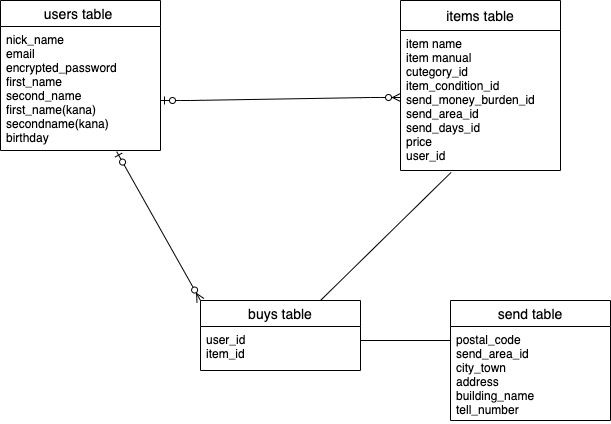
Earlier version of the draw.io export furima.drawio.png (oguken/furima-33845). Source tidied: cells renumbered, new cells last; positions are measured from the earlier drawing's top-left corner, leaving out a move shared by most shapes.
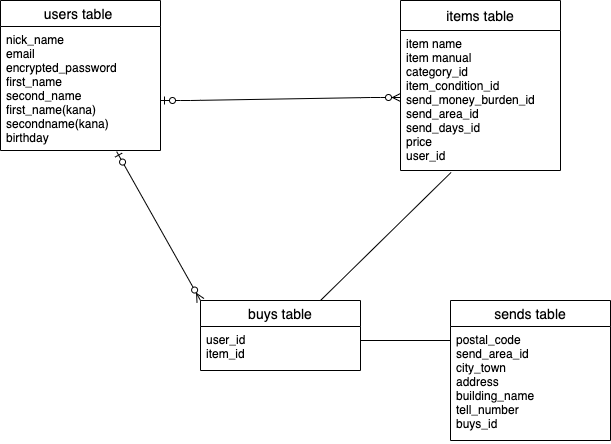
The same diagram one commit later.

Commit message:
データベース設計6

Diff of the diagram source:
```diff
@@ -11,14 +11,14 @@
     <mxCell id="4" value="items table" style="swimlane;fontStyle=0;horizontal=1;startSize=30;align=center;fontSize=14;" parent="1" vertex="1">
       <mxGeometry x="400" width="160" height="170" as="geometry" />
     </mxCell>
-    <mxCell id="5" value="item name&#10;item manual&#10;cutegory_id&#10;item_condition_id&#10;send_money_burden_id&#10;send_area_id&#10;send_days_id&#10;price&#10;user_id&#10;&#10;&#10; &#10;&#10;&#10;" style="text;strokeColor=none;fillColor=none;spacingLeft=4;spacingRight=4;overflow=hidden;points=[[0,0.5],[1,0.5]];portConstraint=eastwest;fontSize=12;" parent="4" vertex="1">
+    <mxCell id="5" value="item name&#10;item manual&#10;category_id&#10;item_condition_id&#10;send_money_burden_id&#10;send_area_id&#10;send_days_id&#10;price&#10;user_id&#10;&#10;&#10; &#10;&#10;&#10;" style="text;strokeColor=none;fillColor=none;spacingLeft=4;spacingRight=4;overflow=hidden;points=[[0,0.5],[1,0.5]];portConstraint=eastwest;fontSize=12;" parent="4" vertex="1">
       <mxGeometry y="30" width="160" height="140" as="geometry" />
     </mxCell>
-    <mxCell id="6" value="send table" style="swimlane;fontStyle=0;horizontal=1;startSize=26;align=center;fontSize=14;" parent="1" vertex="1">
-      <mxGeometry x="450" y="300" width="160" height="120" as="geometry" />
+    <mxCell id="6" value="sends table" style="swimlane;fontStyle=0;horizontal=1;startSize=26;align=center;fontSize=14;" parent="1" vertex="1">
+      <mxGeometry x="450" y="300" width="160" height="140" as="geometry" />
     </mxCell>
-    <mxCell id="7" value="postal_code&#10;send_area_id&#10;city_town&#10;address&#10;building_name&#10;tell_number&#10;" style="text;strokeColor=none;fillColor=none;spacingLeft=4;spacingRight=4;overflow=hidden;fontSize=12;" parent="6" vertex="1">
-      <mxGeometry y="26" width="160" height="94" as="geometry" />
+    <mxCell id="7" value="postal_code&#10;send_area_id&#10;city_town&#10;address&#10;building_name&#10;tell_number&#10;buys_id&#10;" style="text;strokeColor=none;fillColor=none;spacingLeft=4;spacingRight=4;overflow=hidden;fontSize=12;" parent="6" vertex="1">
+      <mxGeometry y="26" width="160" height="114" as="geometry" />
     </mxCell>
     <mxCell id="8" value="buys table" style="swimlane;fontStyle=0;horizontal=1;startSize=26;align=center;fontSize=14;" parent="1" vertex="1">
       <mxGeometry x="200" y="300" width="160" height="70" as="geometry" />
```
